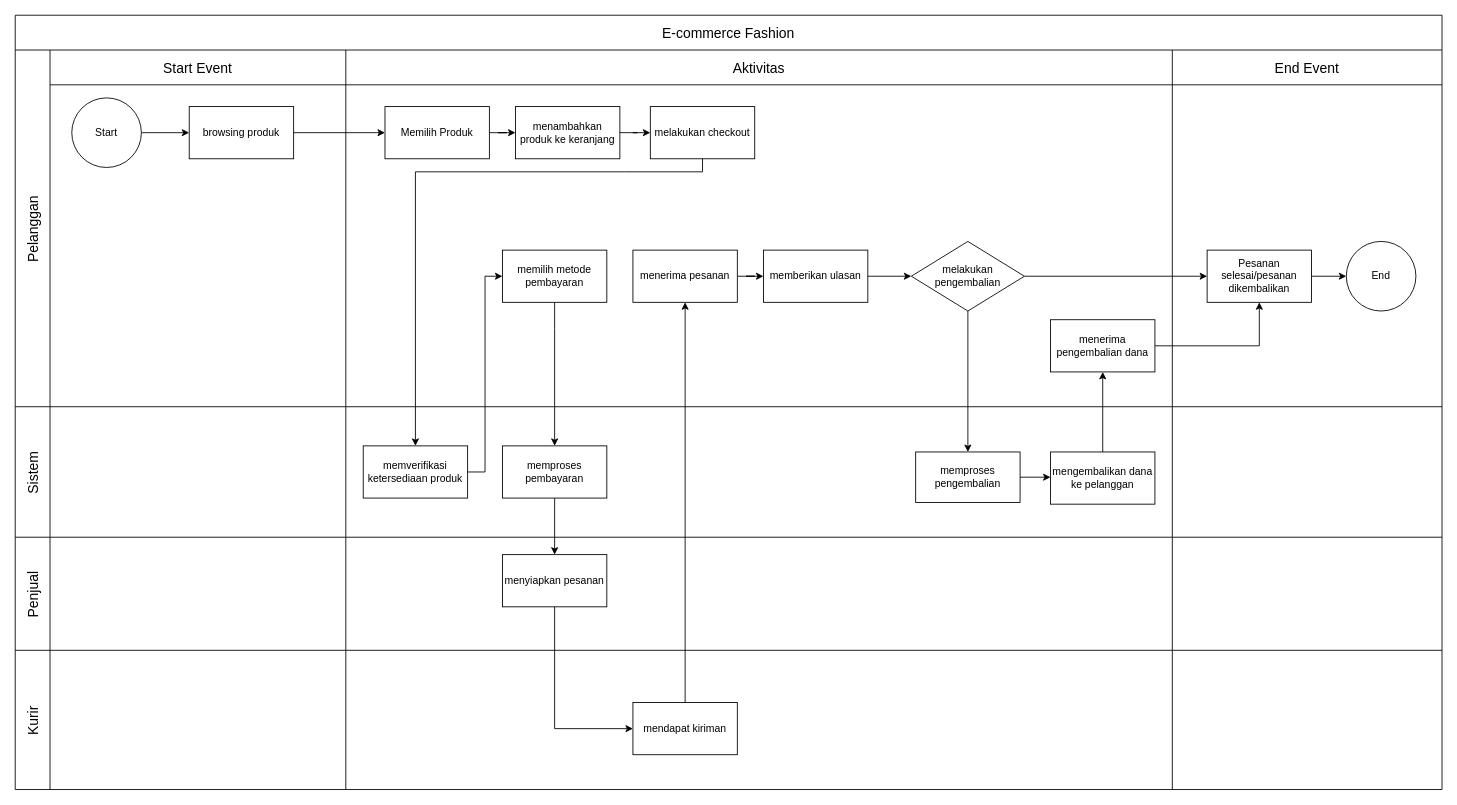
This is img/Untitled Diagram.drawio from irwanx/BPMN, a draw.io file, before an edit. Source tidied: cells renumbered, new cells numbered last; positions are measured from the earlier drawing's top-left corner, leaving out a move shared by most shapes. Both pictures are drawn from the tidied source at 87%, with x=0, y=0 at pixel (15, 15).
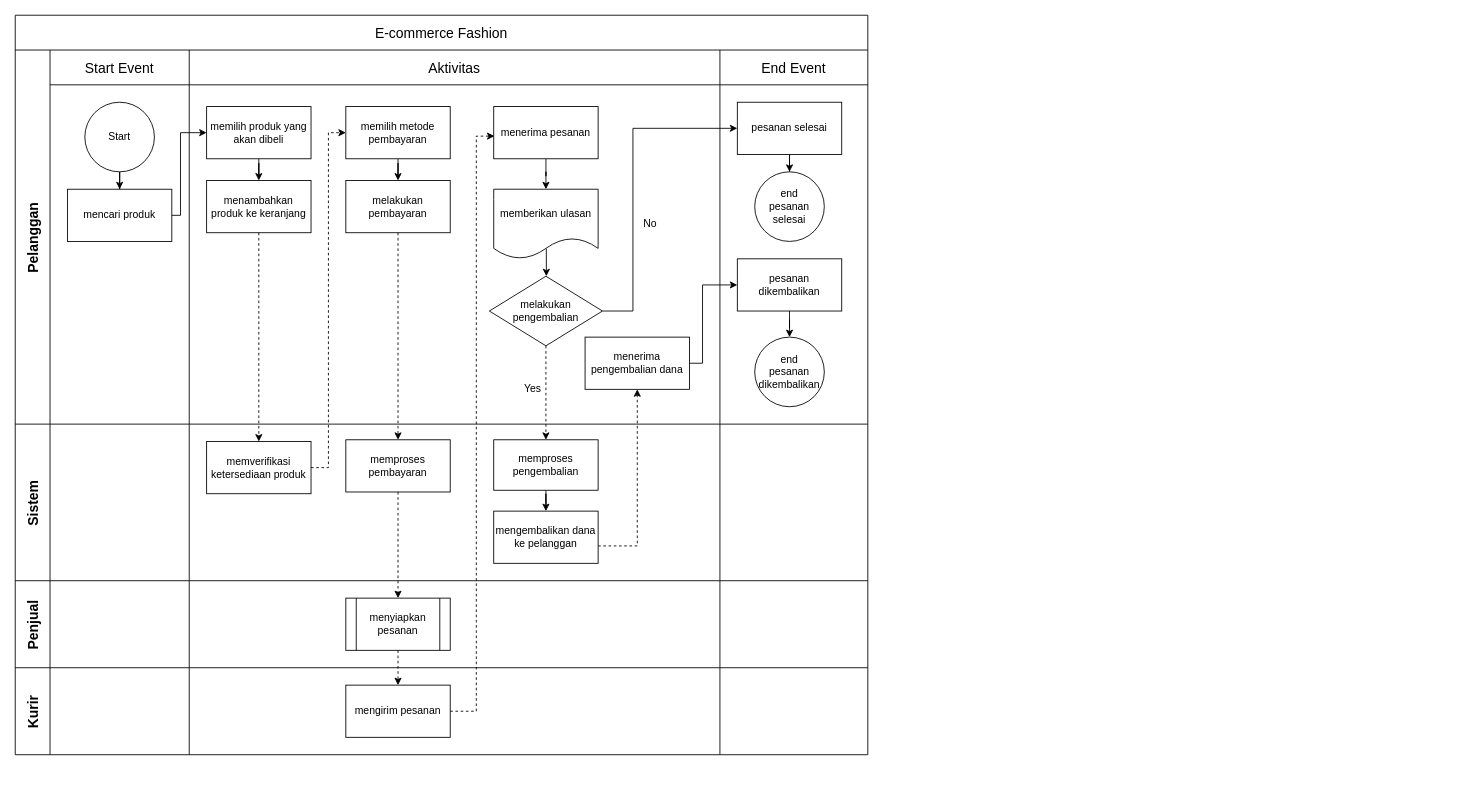
Above is the later version.

What changed in the source:
```diff
@@
     <mxCell id="2" value="E-commerce Fashion" style="shape=table;childLayout=tableLayout;startSize=40;fontSize=16;" parent="1" vertex="1">
-      <mxGeometry width="1640" height="890" as="geometry" />
+      <mxGeometry width="980" height="850" as="geometry" />
     </mxCell>
-    <mxCell id="3" value="Pelanggan" style="shape=tableRow;horizontal=0;swimlaneHead=0;swimlaneBody=0;top=0;left=0;strokeColor=inherit;bottom=0;right=0;fontStyle=0;fillColor=none;startSize=40;fontSize=16;" parent="2" vertex="1">
-      <mxGeometry y="40" width="1640" height="410" as="geometry" />
+    <mxCell id="3" value="Pelanggan" style="shape=tableRow;horizontal=0;swimlaneHead=0;swimlaneBody=0;top=0;left=0;strokeColor=inherit;bottom=0;right=0;fontStyle=1;fillColor=none;startSize=40;fontSize=16;" parent="2" vertex="1">
+      <mxGeometry y="40" width="980" height="430" as="geometry" />
     </mxCell>
     <mxCell id="4" value="Start Event" style="swimlane;swimlaneHead=0;swimlaneBody=0;fontStyle=0;strokeColor=inherit;fillColor=none;startSize=40;fontSize=16;" parent="3" vertex="1">
-      <mxGeometry x="40" width="340" height="410" as="geometry" />
+      <mxGeometry x="40" width="160" height="430" as="geometry" />
     </mxCell>
@@
     <mxCell id="6" value="Start" style="ellipse;whiteSpace=wrap;html=1;" parent="4" vertex="1">
-      <mxGeometry x="25" y="55" width="80" height="80" as="geometry" />
+      <mxGeometry x="40" y="60" width="80" height="80" as="geometry" />
     </mxCell>
-    <mxCell id="7" value="browsing produk" style="whiteSpace=wrap;html=1;" parent="4" vertex="1">
-      <mxGeometry x="160" y="65" width="120" height="60" as="geometry" />
+    <mxCell id="7" value="mencari produk" style="whiteSpace=wrap;html=1;" parent="4" vertex="1">
+      <mxGeometry x="20" y="160" width="120" height="60" as="geometry" />
     </mxCell>
     <mxCell id="8" value="Aktivitas" style="swimlane;swimlaneHead=0;swimlaneBody=0;fontStyle=0;strokeColor=inherit;fillColor=none;startSize=40;fontSize=16;" parent="3" vertex="1">
-      <mxGeometry x="380" width="950" height="410" as="geometry" />
+      <mxGeometry x="200" width="610" height="430" as="geometry" />
     </mxCell>
@@
-    <mxCell id="10" value="&lt;div&gt;&lt;span style=&quot;background-color: initial;&quot;&gt;Memilih Produk&lt;/span&gt;&lt;br&gt;&lt;/div&gt;" style="whiteSpace=wrap;html=1;" parent="8" vertex="1">
-      <mxGeometry x="45" y="65" width="120" height="60" as="geometry" />
+    <mxCell id="10" value="&lt;div&gt;&lt;span style=&quot;background-color: initial;&quot;&gt;memilih produk yang akan dibeli&lt;/span&gt;&lt;br&gt;&lt;/div&gt;" style="whiteSpace=wrap;html=1;" parent="8" vertex="1">
+      <mxGeometry x="20" y="65" width="120" height="60" as="geometry" />
     </mxCell>
     <mxCell id="11" value="menambahkan produk ke keranjang" style="whiteSpace=wrap;html=1;" parent="8" vertex="1">
-      <mxGeometry x="195" y="65" width="120" height="60" as="geometry" />
+      <mxGeometry x="20" y="150" width="120" height="60" as="geometry" />
     </mxCell>
+    <mxCell id="55" style="edgeStyle=orthogonalEdgeStyle;rounded=0;jettySize=auto;html=1;" parent="8" edge="1" source="12" target="14">
+      <mxGeometry relative="1" as="geometry" />
+    </mxCell>
-    <mxCell id="12" value="melakukan checkout" style="whiteSpace=wrap;html=1;" parent="8" vertex="1">
-      <mxGeometry x="350" y="65" width="120" height="60" as="geometry" />
+    <mxCell id="12" value="memilih metode pembayaran" style="whiteSpace=wrap;html=1;" parent="8" vertex="1">
+      <mxGeometry x="180" y="65" width="120" height="60" as="geometry" />
     </mxCell>
-    <mxCell id="13" style="edgeStyle=orthogonalEdgeStyle;rounded=0;jettySize=auto;html=1;" parent="8" edge="1" source="11" target="12">
-      <mxGeometry relative="1" as="geometry" />
-    </mxCell>
-    <mxCell id="14" value="memilih metode pembayaran" style="whiteSpace=wrap;html=1;" parent="8" vertex="1">
-      <mxGeometry x="180" y="230" width="120" height="60" as="geometry" />
+    <mxCell id="14" value="melakukan pembayaran" style="whiteSpace=wrap;html=1;" parent="8" vertex="1">
+      <mxGeometry x="180" y="150" width="120" height="60" as="geometry" />
     </mxCell>
-    <mxCell id="15" style="edgeStyle=orthogonalEdgeStyle;rounded=0;jettySize=auto;html=1;" parent="8" edge="1" source="16" target="18">
+    <mxCell id="15" style="edgeStyle=orthogonalEdgeStyle;rounded=0;jettySize=auto;html=1;entryX=0.5;entryY=0;entryDx=0;entryDy=0;" parent="8" edge="1" source="16" target="18">
       <mxGeometry relative="1" as="geometry" />
     </mxCell>
     <mxCell id="16" value="menerima pesanan" style="whiteSpace=wrap;html=1;" parent="8" vertex="1">
-      <mxGeometry x="330" y="230" width="120" height="60" as="geometry" />
+      <mxGeometry x="350" y="65" width="120" height="60" as="geometry" />
     </mxCell>
-    <mxCell id="17" style="edgeStyle=orthogonalEdgeStyle;rounded=0;jettySize=auto;html=1;" parent="8" edge="1" source="18" target="19">
+    <mxCell id="17" style="edgeStyle=orthogonalEdgeStyle;rounded=0;jettySize=auto;html=1;exitX=0.504;exitY=0.853;exitDx=0;exitDy=0;exitPerimeter=0;" parent="8" edge="1" source="18" target="19">
       <mxGeometry relative="1" as="geometry" />
     </mxCell>
-    <mxCell id="18" value="memberikan ulasan" style="whiteSpace=wrap;html=1;" parent="8" vertex="1">
-      <mxGeometry x="480" y="230" width="120" height="60" as="geometry" />
-    </mxCell>
     <mxCell id="19" value="melakukan pengembalian" style="rhombus;whiteSpace=wrap;html=1;" parent="8" vertex="1">
-      <mxGeometry x="650" y="220" width="130" height="80" as="geometry" />
+      <mxGeometry x="345" y="260" width="130" height="80" as="geometry" />
     </mxCell>
     <mxCell id="20" value="menerima pengembalian dana" style="whiteSpace=wrap;html=1;" parent="8" vertex="1">
-      <mxGeometry x="810" y="310" width="120" height="60" as="geometry" />
+      <mxGeometry x="455" y="330" width="120" height="60" as="geometry" />
     </mxCell>
+    <mxCell id="56" value="No" style="text;html=1;align=center;verticalAlign=middle;whiteSpace=wrap;rounded=0;" parent="8" vertex="1">
+      <mxGeometry x="500" y="185" width="60" height="30" as="geometry" />
+    </mxCell>
+    <mxCell id="57" value="Yes" style="text;html=1;align=center;verticalAlign=middle;whiteSpace=wrap;rounded=0;direction=south;" parent="8" vertex="1">
+      <mxGeometry x="380" y="360" width="30" height="60" as="geometry" />
+    </mxCell>
+    <mxCell id="18" value="memberikan ulasan" style="shape=document;whiteSpace=wrap;html=1;boundedLbl=1;" parent="8" vertex="1">
+      <mxGeometry x="350" y="160" width="120" height="80" as="geometry" />
+    </mxCell>
     <mxCell id="21" value="End Event" style="swimlane;swimlaneHead=0;swimlaneBody=0;fontStyle=0;strokeColor=inherit;fillColor=none;startSize=40;fontSize=16;" parent="3" vertex="1">
-      <mxGeometry x="1330" width="310" height="410" as="geometry" />
+      <mxGeometry x="810" width="170" height="430" as="geometry" />
     </mxCell>
@@
-    <mxCell id="23" value="Pesanan selesai/pesanan dikembalikan" style="whiteSpace=wrap;html=1;" parent="21" vertex="1">
-      <mxGeometry x="40" y="230" width="120" height="60" as="geometry" />
+    <mxCell id="23" value="pesanan selesai" style="whiteSpace=wrap;html=1;" parent="21" vertex="1">
+      <mxGeometry x="20" y="60" width="120" height="60" as="geometry" />
     </mxCell>
-    <mxCell id="24" value="End" style="ellipse;whiteSpace=wrap;html=1;" parent="21" vertex="1">
-      <mxGeometry x="200" y="220" width="80" height="80" as="geometry" />
+    <mxCell id="24" value="end&lt;div&gt;pesanan selesai&lt;/div&gt;" style="ellipse;whiteSpace=wrap;html=1;" parent="21" vertex="1">
+      <mxGeometry x="40" y="140" width="80" height="80" as="geometry" />
     </mxCell>
+    <mxCell id="58" style="edgeStyle=orthogonalEdgeStyle;rounded=0;jettySize=auto;html=1;" parent="21" edge="1" source="59" target="60">
+      <mxGeometry relative="1" as="geometry" />
+    </mxCell>
+    <mxCell id="59" value="pesanan dikembalikan" style="whiteSpace=wrap;html=1;" parent="21" vertex="1">
+      <mxGeometry x="20" y="240" width="120" height="60" as="geometry" />
+    </mxCell>
+    <mxCell id="60" value="end&lt;div&gt;pesanan dikembalikan&lt;/div&gt;" style="ellipse;whiteSpace=wrap;html=1;" parent="21" vertex="1">
+      <mxGeometry x="40" y="330" width="80" height="80" as="geometry" />
+    </mxCell>
     <mxCell id="25" style="edgeStyle=orthogonalEdgeStyle;rounded=0;jettySize=auto;html=1;" parent="3" edge="1" source="7" target="10">
-      <mxGeometry relative="1" as="geometry" />
+      <mxGeometry relative="1" as="geometry">
+        <Array as="points">
+          <mxPoint x="190" y="190" />
+          <mxPoint x="190" y="95" />
+        </Array>
+      </mxGeometry>
     </mxCell>
-    <mxCell id="26" style="edgeStyle=orthogonalEdgeStyle;rounded=0;jettySize=auto;html=1;" parent="3" edge="1" source="19" target="23">
-      <mxGeometry relative="1" as="geometry" />
+    <mxCell id="26" style="edgeStyle=orthogonalEdgeStyle;rounded=0;jettySize=auto;html=1;exitX=1;exitY=0.5;exitDx=0;exitDy=0;" parent="3" edge="1" source="19" target="23">
+      <mxGeometry relative="1" as="geometry">
+        <Array as="points">
+          <mxPoint x="710" y="300" />
+          <mxPoint x="710" y="90" />
+        </Array>
+      </mxGeometry>
     </mxCell>
-    <mxCell id="27" style="edgeStyle=orthogonalEdgeStyle;rounded=0;jettySize=auto;html=1;entryX=0.5;entryY=1;entryDx=0;entryDy=0;" parent="3" edge="1" source="20" target="23">
-      <mxGeometry relative="1" as="geometry" />
-    </mxCell>
+    <mxCell id="61" style="edgeStyle=orthogonalEdgeStyle;rounded=0;jettySize=auto;html=1;entryX=0;entryY=0.5;entryDx=0;entryDy=0;" parent="3" edge="1" source="20" target="59">
+      <mxGeometry relative="1" as="geometry">
+        <Array as="points">
+          <mxPoint x="790" y="360" />
+          <mxPoint x="790" y="270" />
+        </Array>
+      </mxGeometry>
+    </mxCell>
-    <mxCell id="28" value="Sistem" style="shape=tableRow;horizontal=0;swimlaneHead=0;swimlaneBody=0;top=0;left=0;strokeColor=inherit;bottom=0;right=0;fontStyle=0;fillColor=none;startSize=40;fontSize=16;" parent="2" vertex="1">
-      <mxGeometry y="450" width="1640" height="150" as="geometry" />
+    <mxCell id="28" value="Sistem" style="shape=tableRow;horizontal=0;swimlaneHead=0;swimlaneBody=0;top=0;left=0;strokeColor=inherit;bottom=0;right=0;fontStyle=1;fillColor=none;startSize=40;fontSize=16;" parent="2" vertex="1">
+      <mxGeometry y="470" width="980" height="180" as="geometry" />
     </mxCell>
     <mxCell id="29" style="swimlane;swimlaneHead=0;swimlaneBody=0;fontStyle=0;strokeColor=inherit;fillColor=none;startSize=0;fontSize=16;" parent="28" vertex="1">
-      <mxGeometry x="40" width="340" height="150" as="geometry" />
+      <mxGeometry x="40" width="160" height="180" as="geometry" />
     </mxCell>
     <mxCell id="30" style="swimlane;swimlaneHead=0;swimlaneBody=0;fontStyle=0;strokeColor=inherit;fillColor=none;startSize=0;fontSize=16;" parent="28" vertex="1">
-      <mxGeometry x="380" width="950" height="150" as="geometry" />
+      <mxGeometry x="200" width="610" height="180" as="geometry" />
     </mxCell>
     <mxCell id="31" value="memverifikasi ketersediaan produk" style="whiteSpace=wrap;html=1;" parent="30" vertex="1">
-      <mxGeometry x="20" y="45" width="120" height="60" as="geometry" />
+      <mxGeometry x="20" y="20" width="120" height="60" as="geometry" />
     </mxCell>
     <mxCell id="32" value="memproses pembayaran" style="whiteSpace=wrap;html=1;" parent="30" vertex="1">
-      <mxGeometry x="180" y="45" width="120" height="60" as="geometry" />
+      <mxGeometry x="180" y="18" width="120" height="60" as="geometry" />
     </mxCell>
+    <mxCell id="35" style="edgeStyle=orthogonalEdgeStyle;rounded=0;jettySize=auto;html=1;" parent="30" edge="1" source="33" target="34">
+      <mxGeometry relative="1" as="geometry" />
+    </mxCell>
     <mxCell id="33" value="memproses pengembalian" style="whiteSpace=wrap;html=1;" parent="30" vertex="1">
-      <mxGeometry x="655" y="52" width="120" height="58" as="geometry" />
+      <mxGeometry x="350" y="18" width="120" height="58" as="geometry" />
     </mxCell>
     <mxCell id="34" value="mengembalikan dana ke pelanggan" style="whiteSpace=wrap;html=1;" parent="30" vertex="1">
-      <mxGeometry x="810" y="52" width="120" height="60" as="geometry" />
+      <mxGeometry x="350" y="100" width="120" height="60" as="geometry" />
     </mxCell>
-    <mxCell id="35" style="edgeStyle=orthogonalEdgeStyle;rounded=0;jettySize=auto;html=1;" parent="30" edge="1" source="33" target="34">
-      <mxGeometry relative="1" as="geometry">
-        <Array as="points">
-          <mxPoint x="830" y="81" />
-        </Array>
-      </mxGeometry>
-    </mxCell>
     <mxCell id="36" style="swimlane;swimlaneHead=0;swimlaneBody=0;fontStyle=0;strokeColor=inherit;fillColor=none;startSize=0;fontSize=16;" parent="28" vertex="1">
-      <mxGeometry x="1330" width="310" height="150" as="geometry" />
+      <mxGeometry x="810" width="170" height="180" as="geometry" />
     </mxCell>
-    <mxCell id="37" value="Penjual" style="shape=tableRow;horizontal=0;swimlaneHead=0;swimlaneBody=0;top=0;left=0;strokeColor=inherit;bottom=0;right=0;fontStyle=0;fillColor=none;startSize=40;fontSize=16;" parent="2" vertex="1">
-      <mxGeometry y="600" width="1640" height="130" as="geometry" />
+    <mxCell id="37" value="Penjual" style="shape=tableRow;horizontal=0;swimlaneHead=0;swimlaneBody=0;top=0;left=0;strokeColor=inherit;bottom=0;right=0;fontStyle=1;fillColor=none;startSize=40;fontSize=16;" parent="2" vertex="1">
+      <mxGeometry y="650" width="980" height="100" as="geometry" />
     </mxCell>
     <mxCell id="38" style="swimlane;swimlaneHead=0;swimlaneBody=0;fontStyle=0;strokeColor=inherit;fillColor=none;startSize=0;fontSize=16;" parent="37" vertex="1">
-      <mxGeometry x="40" width="340" height="130" as="geometry" />
+      <mxGeometry x="40" width="160" height="100" as="geometry" />
     </mxCell>
     <mxCell id="39" style="swimlane;swimlaneHead=0;swimlaneBody=0;fontStyle=0;strokeColor=inherit;fillColor=none;startSize=0;fontSize=16;" parent="37" vertex="1">
-      <mxGeometry x="380" width="950" height="130" as="geometry" />
+      <mxGeometry x="200" width="610" height="100" as="geometry" />
     </mxCell>
-    <mxCell id="40" value="menyiapkan pesanan" style="whiteSpace=wrap;html=1;" parent="39" vertex="1">
+    <mxCell id="40" value="menyiapkan pesanan" style="shape=process;whiteSpace=wrap;html=1;backgroundOutline=1;" parent="39" vertex="1">
       <mxGeometry x="180" y="20" width="120" height="60" as="geometry" />
     </mxCell>
     <mxCell id="41" style="swimlane;swimlaneHead=0;swimlaneBody=0;fontStyle=0;strokeColor=inherit;fillColor=none;startSize=0;fontSize=16;" parent="37" vertex="1">
-      <mxGeometry x="1330" width="310" height="130" as="geometry" />
+      <mxGeometry x="810" width="170" height="100" as="geometry" />
     </mxCell>
-    <mxCell id="42" value="Kurir" style="shape=tableRow;horizontal=0;swimlaneHead=0;swimlaneBody=0;top=0;left=0;strokeColor=inherit;bottom=0;right=0;fontStyle=0;fillColor=none;startSize=40;fontSize=16;" parent="2" vertex="1">
-      <mxGeometry y="730" width="1640" height="160" as="geometry" />
+    <mxCell id="42" value="Kurir" style="shape=tableRow;horizontal=0;swimlaneHead=0;swimlaneBody=0;top=0;left=0;strokeColor=inherit;bottom=0;right=0;fontStyle=1;fillColor=none;startSize=40;fontSize=16;" parent="2" vertex="1">
+      <mxGeometry y="750" width="980" height="100" as="geometry" />
     </mxCell>
     <mxCell id="43" style="swimlane;swimlaneHead=0;swimlaneBody=0;fontStyle=0;strokeColor=inherit;fillColor=none;startSize=0;fontSize=16;" parent="42" vertex="1">
-      <mxGeometry x="40" width="340" height="160" as="geometry" />
+      <mxGeometry x="40" width="160" height="100" as="geometry" />
     </mxCell>
     <mxCell id="44" style="swimlane;swimlaneHead=0;swimlaneBody=0;fontStyle=0;strokeColor=inherit;fillColor=none;startSize=0;fontSize=16;" parent="42" vertex="1">
-      <mxGeometry x="380" width="950" height="160" as="geometry" />
+      <mxGeometry x="200" width="610" height="100" as="geometry" />
     </mxCell>
-    <mxCell id="45" value="mendapat kiriman" style="whiteSpace=wrap;html=1;" parent="44" vertex="1">
-      <mxGeometry x="330" y="60" width="120" height="60" as="geometry" />
+    <mxCell id="45" value="mengirim pesanan" style="whiteSpace=wrap;html=1;" parent="44" vertex="1">
+      <mxGeometry x="180" y="20" width="120" height="60" as="geometry" />
     </mxCell>
     <mxCell id="46" style="swimlane;swimlaneHead=0;swimlaneBody=0;fontStyle=0;strokeColor=inherit;fillColor=none;startSize=0;fontSize=16;" parent="42" vertex="1">
-      <mxGeometry x="1330" width="310" height="160" as="geometry" />
+      <mxGeometry x="810" width="170" height="100" as="geometry" />
     </mxCell>
-    <mxCell id="47" style="edgeStyle=orthogonalEdgeStyle;rounded=0;jettySize=auto;html=1;" parent="2" edge="1" source="12" target="31">
-      <mxGeometry relative="1" as="geometry">
-        <Array as="points">
-          <mxPoint x="700" y="180" />
-          <mxPoint x="370" y="180" />
-        </Array>
-      </mxGeometry>
-    </mxCell>
-    <mxCell id="48" style="edgeStyle=orthogonalEdgeStyle;rounded=0;jettySize=auto;html=1;" parent="2" edge="1" source="31" target="14">
-      <mxGeometry relative="1" as="geometry">
-        <Array as="points">
-          <mxPoint x="540" y="525" />
-          <mxPoint x="540" y="300" />
-        </Array>
-      </mxGeometry>
-    </mxCell>
-    <mxCell id="49" style="edgeStyle=orthogonalEdgeStyle;rounded=0;jettySize=auto;html=1;" parent="2" edge="1" source="14" target="32">
-      <mxGeometry relative="1" as="geometry">
-        <Array as="points">
-          <mxPoint x="620" y="360" />
-          <mxPoint x="620" y="360" />
-        </Array>
-      </mxGeometry>
+    <mxCell id="49" style="edgeStyle=orthogonalEdgeStyle;rounded=0;jettySize=auto;html=1;dashed=1;entryX=0.5;entryY=0;entryDx=0;entryDy=0;exitX=0.5;exitY=1;exitDx=0;exitDy=0;" parent="2" edge="1" source="11" target="31">
+      <mxGeometry relative="1" as="geometry" />
     </mxCell>
-    <mxCell id="50" style="edgeStyle=orthogonalEdgeStyle;rounded=0;jettySize=auto;html=1;" parent="2" edge="1" source="32" target="40">
-      <mxGeometry relative="1" as="geometry">
-        <Array as="points">
-          <mxPoint x="640" y="510" />
-          <mxPoint x="640" y="510" />
-        </Array>
-      </mxGeometry>
-    </mxCell>
-    <mxCell id="51" style="edgeStyle=orthogonalEdgeStyle;rounded=0;jettySize=auto;html=1;exitX=0.5;exitY=1;exitDx=0;exitDy=0;" parent="2" edge="1" source="40" target="45">
-      <mxGeometry relative="1" as="geometry">
-        <Array as="points">
-          <mxPoint x="620" y="820" />
-        </Array>
-      </mxGeometry>
-    </mxCell>
-    <mxCell id="52" style="edgeStyle=orthogonalEdgeStyle;rounded=0;jettySize=auto;html=1;" parent="2" edge="1" source="45" target="16">
-      <mxGeometry relative="1" as="geometry" />
+    <mxCell id="52" style="edgeStyle=orthogonalEdgeStyle;rounded=0;jettySize=auto;html=1;dashed=1;entryX=0.007;entryY=0.566;entryDx=0;entryDy=0;entryPerimeter=0;" parent="2" edge="1" source="45" target="16">
+      <mxGeometry relative="1" as="geometry">
+        <Array as="points">
+          <mxPoint x="530" y="800" />
+          <mxPoint x="530" y="139" />
+        </Array>
+      </mxGeometry>
     </mxCell>
-    <mxCell id="53" style="edgeStyle=orthogonalEdgeStyle;rounded=0;jettySize=auto;html=1;" parent="2" edge="1" source="19" target="33">
+    <mxCell id="53" style="edgeStyle=orthogonalEdgeStyle;rounded=0;jettySize=auto;html=1;dashed=1;" parent="2" edge="1" source="19" target="33">
       <mxGeometry relative="1" as="geometry" />
     </mxCell>
-    <mxCell id="54" style="edgeStyle=orthogonalEdgeStyle;rounded=0;jettySize=auto;html=1;" parent="2" edge="1" source="34" target="20">
-      <mxGeometry relative="1" as="geometry" />
+    <mxCell id="54" style="edgeStyle=orthogonalEdgeStyle;rounded=0;jettySize=auto;html=1;dashed=1;" parent="2" edge="1" source="34" target="20">
+      <mxGeometry relative="1" as="geometry">
+        <Array as="points">
+          <mxPoint x="715" y="610" />
+        </Array>
+      </mxGeometry>
     </mxCell>
+    <mxCell id="51" style="edgeStyle=orthogonalEdgeStyle;rounded=0;jettySize=auto;html=1;dashed=1;exitX=0.5;exitY=1;exitDx=0;exitDy=0;" parent="2" edge="1" source="40" target="45">
+      <mxGeometry relative="1" as="geometry" />
+    </mxCell>
+    <mxCell id="62" style="endArrow=classic;html=1;rounded=0;entryX=0.5;entryY=0;entryDx=0;entryDy=0;edgeStyle=orthogonalEdgeStyle;endFill=1;exitX=0.5;exitY=1;exitDx=0;exitDy=0;dashed=1;" parent="2" edge="1" source="14" target="32">
+      <mxGeometry relative="1" as="geometry">
+        <Array as="points">
+          <mxPoint x="440" y="440" />
+          <mxPoint x="440" y="440" />
+        </Array>
+      </mxGeometry>
+    </mxCell>
+    <mxCell id="13" style="edgeStyle=orthogonalEdgeStyle;rounded=0;jettySize=auto;html=1;exitX=1;exitY=0.5;exitDx=0;exitDy=0;dashed=1;" parent="2" edge="1" source="31" target="12">
+      <mxGeometry relative="1" as="geometry">
+        <Array as="points">
+          <mxPoint x="360" y="520" />
+          <mxPoint x="360" y="135" />
+        </Array>
+      </mxGeometry>
+    </mxCell>
+    <mxCell id="50" style="endArrow=classic;dashed=1;html=1;strokeWidth=1;rounded=0;entryX=0.5;entryY=0;entryDx=0;entryDy=0;endFill=1;" parent="2" edge="1" source="32" target="40">
+      <mxGeometry relative="1" as="geometry" />
+    </mxCell>
```
